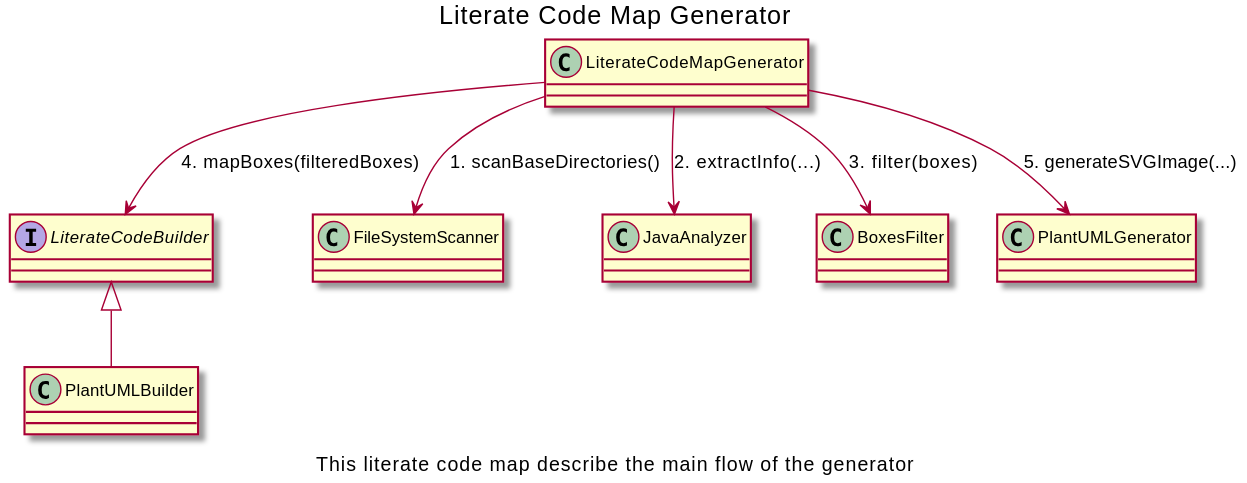
Above: generator.svg in marcobrioschi/litteral-code-map-generator (PlantUML), before the change. Source of this version:
```plantuml
@startuml
title "Literate Code Map Generator"
caption "This literate code map describe the main flow of the generator"
LiterateCodeBuilder <|-- PlantUMLBuilder
LiterateCodeMapGenerator --> FileSystemScanner : 1. scanBaseDirectories()
LiterateCodeMapGenerator --> JavaAnalyzer : 2. extractInfo(...)
LiterateCodeMapGenerator --> BoxesFilter : 3. filter(boxes)
LiterateCodeMapGenerator --> LiterateCodeBuilder : 4. mapBoxes(filteredBoxes)
LiterateCodeMapGenerator --> PlantUMLGenerator : 5. generateSVGImage(...)
class JavaAnalyzer
class BoxesFilter
interface LiterateCodeBuilder
class PlantUMLBuilder
class LiterateCodeMapGenerator
class PlantUMLGenerator
class FileSystemScanner
@enduml
```
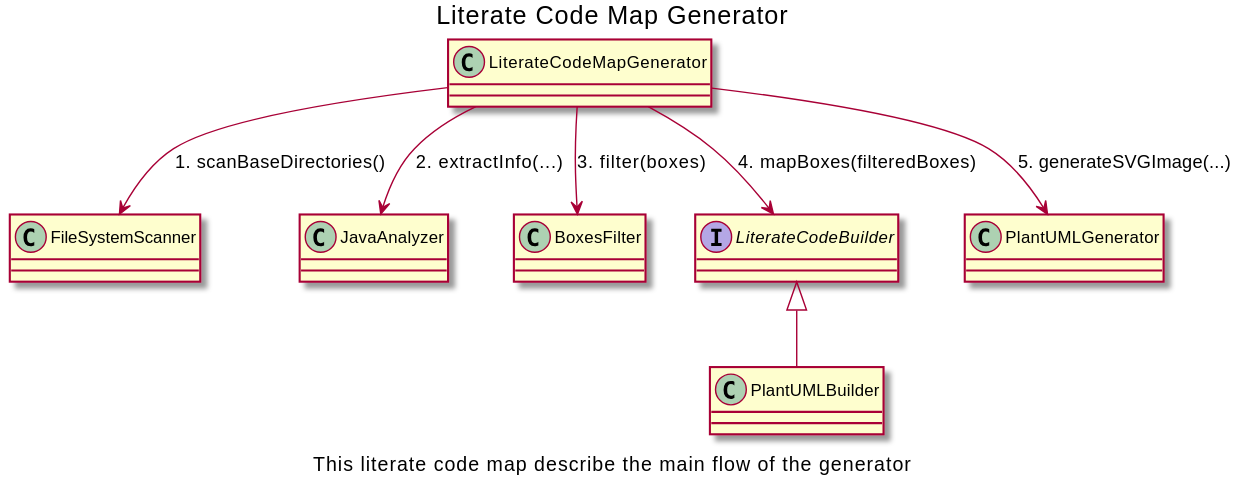
After the commit.

The edit, as a diff of the source:
```diff
@@ -1,7 +1,6 @@
 @startuml
 title "Literate Code Map Generator"
 caption "This literate code map describe the main flow of the generator"
-LiterateCodeBuilder <|-- PlantUMLBuilder
 LiterateCodeMapGenerator --> FileSystemScanner : 1. scanBaseDirectories()
 LiterateCodeMapGenerator --> JavaAnalyzer : 2. extractInfo(...)
 LiterateCodeMapGenerator --> BoxesFilter : 3. filter(boxes)
@@ -9,9 +8,10 @@
 LiterateCodeMapGenerator --> PlantUMLGenerator : 5. generateSVGImage(...)
 class JavaAnalyzer
 class BoxesFilter
+class LiterateCodeMapGenerator
 interface LiterateCodeBuilder
 class PlantUMLBuilder
-class LiterateCodeMapGenerator
+LiterateCodeBuilder <|-- PlantUMLBuilder
 class PlantUMLGenerator
 class FileSystemScanner
 @enduml
```
